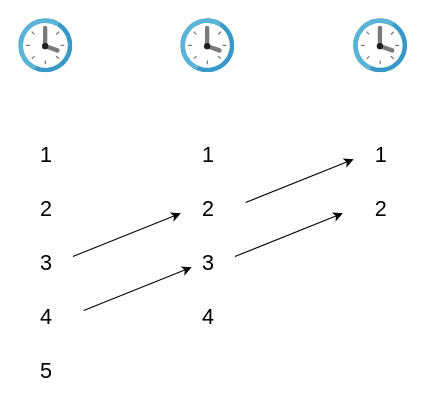
Before: mvcc.drawio in rehoboan/Draw-Files, a draw.io diagram. Source tidied: cells renumbered, new cells numbered last; positions are measured from the earlier drawing's top-left corner, leaving out a move shared by most shapes. Both pictures are drawn from the tidied source at 108%, with x=0, y=0 at pixel (18, 18).
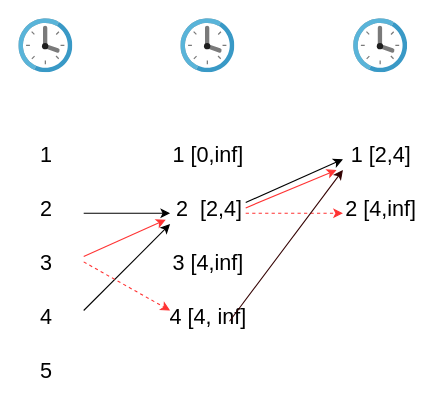
The same diagram, later.

Change to the diagram source:
```diff
@@
-    <mxCell id="10" value="1" style="text;html=1;align=center;verticalAlign=middle;strokeColor=none;fillColor=none;fontSize=20;" parent="1" vertex="1">
-      <mxGeometry x="160" y="105" width="30" height="40" as="geometry" />
+    <mxCell id="10" value="1 [0,inf]" style="text;html=1;align=center;verticalAlign=middle;strokeColor=none;fillColor=none;fontSize=20;" parent="1" vertex="1">
+      <mxGeometry x="130" y="105" width="90" height="40" as="geometry" />
     </mxCell>
-    <mxCell id="11" value="2" style="text;html=1;align=center;verticalAlign=middle;points=[];strokeColor=none;fillColor=none;fontSize=20;" parent="1" vertex="1">
-      <mxGeometry x="160" y="155" width="30" height="40" as="geometry" />
+    <mxCell id="11" value="2 &amp;nbsp;[2,4]" style="text;html=1;align=center;verticalAlign=middle;points=[];strokeColor=none;fillColor=none;fontSize=20;" parent="1" vertex="1">
+      <mxGeometry x="136" y="155" width="80" height="40" as="geometry" />
     </mxCell>
-    <mxCell id="12" value="3" style="text;html=1;align=center;verticalAlign=middle;strokeColor=none;fillColor=none;fontSize=20;" parent="1" vertex="1">
-      <mxGeometry x="160" y="205" width="30" height="40" as="geometry" />
+    <mxCell id="12" value="3 [4,inf]" style="text;html=1;align=center;verticalAlign=middle;strokeColor=none;fillColor=none;fontSize=20;" parent="1" vertex="1">
+      <mxGeometry x="130" y="205" width="90" height="40" as="geometry" />
     </mxCell>
-    <mxCell id="13" value="4" style="text;html=1;align=center;verticalAlign=middle;strokeColor=none;fillColor=none;fontSize=20;" parent="1" vertex="1">
-      <mxGeometry x="160" y="255" width="30" height="40" as="geometry" />
+    <mxCell id="13" value="4 [4, inf]" style="text;html=1;align=center;verticalAlign=middle;strokeColor=none;fillColor=none;fontSize=20;" parent="1" vertex="1">
+      <mxGeometry x="130" y="255" width="90" height="40" as="geometry" />
     </mxCell>
-    <mxCell id="14" value="1" style="text;html=1;align=center;verticalAlign=middle;points=[];strokeColor=none;fillColor=none;fontSize=20;" parent="1" vertex="1">
-      <mxGeometry x="320" y="105" width="30" height="40" as="geometry" />
+    <mxCell id="14" value="1 [2,4]" style="text;html=1;align=center;verticalAlign=middle;points=[];strokeColor=none;fillColor=none;fontSize=20;" parent="1" vertex="1">
+      <mxGeometry x="295" y="105" width="80" height="40" as="geometry" />
     </mxCell>
-    <mxCell id="15" value="2" style="text;html=1;align=center;verticalAlign=middle;strokeColor=none;fillColor=none;fontSize=20;" parent="1" vertex="1">
-      <mxGeometry x="320" y="155" width="30" height="40" as="geometry" />
+    <mxCell id="15" value="2 [4,inf]" style="text;html=1;align=center;verticalAlign=middle;strokeColor=none;fillColor=none;fontSize=20;" parent="1" vertex="1">
+      <mxGeometry x="290" y="155" width="90" height="40" as="geometry" />
     </mxCell>
     <mxCell id="16" style="endArrow=classic;html=1;rounded=0;fontSize=20;" parent="1" edge="1">
       <mxGeometry relative="1" as="geometry">
-        <mxPoint x="50" y="220" as="sourcePoint" />
-        <mxPoint x="150" y="180" as="targetPoint" />
+        <mxPoint x="60" y="180" as="sourcePoint" />
+        <mxPoint x="140" y="180" as="targetPoint" />
       </mxGeometry>
     </mxCell>
     <mxCell id="17" style="endArrow=classic;html=1;rounded=0;fontSize=20;" parent="1" edge="1">
       <mxGeometry relative="1" as="geometry">
         <mxPoint x="210" y="170" as="sourcePoint" />
-        <mxPoint x="310" y="130" as="targetPoint" />
+        <mxPoint x="300" y="130" as="targetPoint" />
       </mxGeometry>
     </mxCell>
     <mxCell id="18" style="endArrow=classic;html=1;rounded=0;fontSize=20;" parent="1" edge="1">
       <mxGeometry relative="1" as="geometry">
         <mxPoint x="60" y="270" as="sourcePoint" />
-        <mxPoint x="160" y="230" as="targetPoint" />
+        <mxPoint x="140" y="190" as="targetPoint" />
       </mxGeometry>
     </mxCell>
-    <mxCell id="19" style="endArrow=classic;html=1;rounded=0;fontSize=20;" parent="1" edge="1">
+    <mxCell id="19" style="endArrow=classic;html=1;rounded=0;fontSize=20;strokeColor=#FF3333;dashed=1;" parent="1" edge="1">
       <mxGeometry relative="1" as="geometry">
-        <mxPoint x="200" y="220" as="sourcePoint" />
+        <mxPoint x="210" y="180" as="sourcePoint" />
         <mxPoint x="300" y="180" as="targetPoint" />
       </mxGeometry>
     </mxCell>
+    <mxCell id="20" style="endArrow=classic;html=1;rounded=0;fontSize=20;fontStyle=1;fillColor=#f8cecc;strokeColor=#FF3333;dashed=1;" parent="1" edge="1">
+      <mxGeometry relative="1" as="geometry">
+        <mxPoint x="60" y="225" as="sourcePoint" />
+        <mxPoint x="140" y="270" as="targetPoint" />
+      </mxGeometry>
+    </mxCell>
+    <mxCell id="21" style="endArrow=classic;html=1;rounded=0;fontSize=20;strokeColor=#330000;" parent="1" edge="1">
+      <mxGeometry relative="1" as="geometry">
+        <mxPoint x="195" y="280" as="sourcePoint" />
+        <mxPoint x="300" y="140" as="targetPoint" />
+      </mxGeometry>
+    </mxCell>
+    <mxCell id="22" style="endArrow=classic;html=1;rounded=0;fontSize=20;fontStyle=1;fillColor=#f8cecc;strokeColor=#FF3333;entryX=0;entryY=0.775;entryDx=0;entryDy=0;entryPerimeter=0;" parent="1" edge="1" target="11">
+      <mxGeometry relative="1" as="geometry">
+        <mxPoint x="60" y="220" as="sourcePoint" />
+      </mxGeometry>
+    </mxCell>
+    <mxCell id="23" style="endArrow=classic;html=1;rounded=0;fontSize=20;strokeColor=#FF3333;entryX=-0.012;entryY=0.875;entryDx=0;entryDy=0;entryPerimeter=0;" parent="1" edge="1" target="14">
+      <mxGeometry relative="1" as="geometry">
+        <mxPoint x="210" y="175" as="sourcePoint" />
+      </mxGeometry>
+    </mxCell>
```
